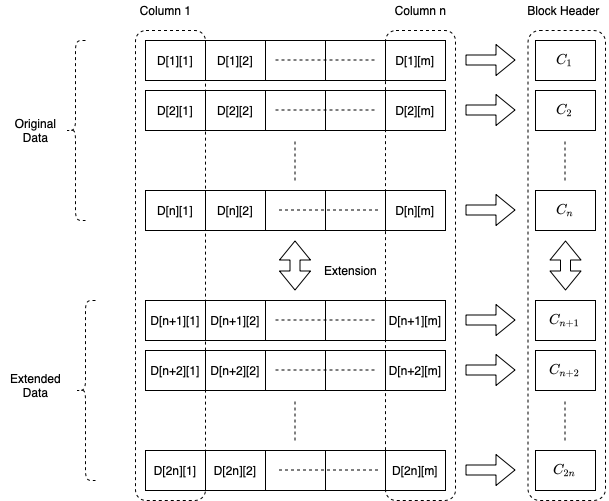
The draw.io diagram reference document/DA-KC-Data.png in availproject/data-availability, before a commit. Source tidied: cells renumbered, new cells last; positions are measured from the earlier drawing's top-left corner, leaving out a move shared by most shapes. Its diagram source:
```xml
<mxGraphModel math="1">
  <root>
    <mxCell id="0" />
    <mxCell id="1" parent="0" />
    <mxCell id="2" style="rounded=1;whiteSpace=wrap;html=1;fillColor=none;dashed=1;" parent="1" vertex="1">
      <mxGeometry x="385" y="30" width="70" height="470" as="geometry" />
    </mxCell>
    <mxCell id="3" style="shape=table;html=1;whiteSpace=wrap;startSize=0;" parent="1" vertex="1">
      <mxGeometry x="145" y="40" width="300" height="40" as="geometry" />
    </mxCell>
    <mxCell id="4" style="shape=partialRectangle;html=1;whiteSpace=wrap;fillColor=none;top=0;left=0;bottom=0;right=0;" parent="3" vertex="1">
      <mxGeometry width="300" height="40" as="geometry" />
    </mxCell>
    <mxCell id="5" value="D[1][1]" style="shape=partialRectangle;html=1;whiteSpace=wrap;overflow=hidden;fillColor=none;top=0;left=0;bottom=0;right=0;" parent="4" vertex="1">
      <mxGeometry width="60" height="40" as="geometry" />
    </mxCell>
    <mxCell id="6" value="D[1][2]" style="shape=partialRectangle;html=1;whiteSpace=wrap;overflow=hidden;fillColor=none;top=0;left=0;bottom=0;right=0;" parent="4" vertex="1">
      <mxGeometry x="60" width="60" height="40" as="geometry" />
    </mxCell>
    <mxCell id="7" style="shape=partialRectangle;html=1;whiteSpace=wrap;overflow=hidden;fillColor=none;top=0;left=0;bottom=0;right=0;" parent="4" vertex="1">
      <mxGeometry x="120" width="60" height="40" as="geometry" />
    </mxCell>
    <mxCell id="8" style="shape=partialRectangle;html=1;whiteSpace=wrap;overflow=hidden;fillColor=none;top=0;left=0;bottom=0;right=0;" parent="4" vertex="1">
      <mxGeometry x="180" width="60" height="40" as="geometry" />
    </mxCell>
    <mxCell id="9" value="D[1][m]" style="shape=partialRectangle;html=1;whiteSpace=wrap;overflow=hidden;fillColor=none;top=0;left=0;bottom=0;right=0;" parent="4" vertex="1">
      <mxGeometry x="240" width="60" height="40" as="geometry" />
    </mxCell>
    <mxCell id="10" style="shape=table;html=1;whiteSpace=wrap;startSize=0;" parent="1" vertex="1">
      <mxGeometry x="145" y="190" width="300" height="40" as="geometry" />
    </mxCell>
    <mxCell id="11" style="shape=partialRectangle;html=1;whiteSpace=wrap;fillColor=none;top=0;left=0;bottom=0;right=0;" parent="10" vertex="1">
      <mxGeometry width="300" height="40" as="geometry" />
    </mxCell>
    <mxCell id="12" value="D[n][1]" style="shape=partialRectangle;html=1;whiteSpace=wrap;overflow=hidden;fillColor=none;top=0;left=0;bottom=0;right=0;" parent="11" vertex="1">
      <mxGeometry width="60" height="40" as="geometry" />
    </mxCell>
    <mxCell id="13" value="D[n][2]" style="shape=partialRectangle;html=1;whiteSpace=wrap;overflow=hidden;fillColor=none;top=0;left=0;bottom=0;right=0;" parent="11" vertex="1">
      <mxGeometry x="60" width="60" height="40" as="geometry" />
    </mxCell>
    <mxCell id="14" style="shape=partialRectangle;html=1;whiteSpace=wrap;overflow=hidden;fillColor=none;top=0;left=0;bottom=0;right=0;" parent="11" vertex="1">
      <mxGeometry x="120" width="60" height="40" as="geometry" />
    </mxCell>
    <mxCell id="15" style="shape=partialRectangle;html=1;whiteSpace=wrap;overflow=hidden;fillColor=none;top=0;left=0;bottom=0;right=0;" parent="11" vertex="1">
      <mxGeometry x="180" width="60" height="40" as="geometry" />
    </mxCell>
    <mxCell id="16" value="D[n][m]" style="shape=partialRectangle;html=1;whiteSpace=wrap;overflow=hidden;fillColor=none;top=0;left=0;bottom=0;right=0;" parent="11" vertex="1">
      <mxGeometry x="240" width="60" height="40" as="geometry" />
    </mxCell>
    <mxCell id="17" style="shape=table;html=1;whiteSpace=wrap;startSize=0;" parent="1" vertex="1">
      <mxGeometry x="145" y="90" width="300" height="40" as="geometry" />
    </mxCell>
    <mxCell id="18" style="shape=partialRectangle;html=1;whiteSpace=wrap;fillColor=none;top=0;left=0;bottom=0;right=0;" parent="17" vertex="1">
      <mxGeometry width="300" height="40" as="geometry" />
    </mxCell>
    <mxCell id="19" value="D[2][1]" style="shape=partialRectangle;html=1;whiteSpace=wrap;overflow=hidden;fillColor=none;top=0;left=0;bottom=0;right=0;" parent="18" vertex="1">
      <mxGeometry width="60" height="40" as="geometry" />
    </mxCell>
    <mxCell id="20" value="D[2][2]" style="shape=partialRectangle;html=1;whiteSpace=wrap;overflow=hidden;fillColor=none;top=0;left=0;bottom=0;right=0;" parent="18" vertex="1">
      <mxGeometry x="60" width="60" height="40" as="geometry" />
    </mxCell>
    <mxCell id="21" style="shape=partialRectangle;html=1;whiteSpace=wrap;overflow=hidden;fillColor=none;top=0;left=0;bottom=0;right=0;" parent="18" vertex="1">
      <mxGeometry x="120" width="60" height="40" as="geometry" />
    </mxCell>
    <mxCell id="22" style="shape=partialRectangle;html=1;whiteSpace=wrap;overflow=hidden;fillColor=none;top=0;left=0;bottom=0;right=0;" parent="18" vertex="1">
      <mxGeometry x="180" width="60" height="40" as="geometry" />
    </mxCell>
    <mxCell id="23" value="D[2][m]" style="shape=partialRectangle;html=1;whiteSpace=wrap;overflow=hidden;fillColor=none;top=0;left=0;bottom=0;right=0;" parent="18" vertex="1">
      <mxGeometry x="240" width="60" height="40" as="geometry" />
    </mxCell>
    <mxCell id="24" style="endArrow=none;dashed=1;html=1;" parent="1" edge="1">
      <mxGeometry relative="1" as="geometry">
        <mxPoint x="275" y="59.5" as="sourcePoint" />
        <mxPoint x="375" y="59.5" as="targetPoint" />
      </mxGeometry>
    </mxCell>
    <mxCell id="25" style="endArrow=none;dashed=1;html=1;" parent="1" edge="1">
      <mxGeometry relative="1" as="geometry">
        <mxPoint x="275" y="109.5" as="sourcePoint" />
        <mxPoint x="375" y="109.5" as="targetPoint" />
      </mxGeometry>
    </mxCell>
    <mxCell id="26" style="endArrow=none;dashed=1;html=1;" parent="1" edge="1">
      <mxGeometry relative="1" as="geometry">
        <mxPoint x="278.5" y="209.5" as="sourcePoint" />
        <mxPoint x="378.5" y="209.5" as="targetPoint" />
      </mxGeometry>
    </mxCell>
    <mxCell id="27" style="endArrow=none;dashed=1;html=1;" parent="1" edge="1">
      <mxGeometry relative="1" as="geometry">
        <mxPoint x="294.5" y="180" as="sourcePoint" />
        <mxPoint x="294.5" y="140" as="targetPoint" />
        <Array as="points">
          <mxPoint x="294.5" y="160" />
        </Array>
      </mxGeometry>
    </mxCell>
    <mxCell id="28" style="shape=flexArrow;endArrow=classic;html=1;" parent="1" edge="1">
      <mxGeometry relative="1" as="geometry">
        <mxPoint x="465" y="59.5" as="sourcePoint" />
        <mxPoint x="515" y="59.5" as="targetPoint" />
      </mxGeometry>
    </mxCell>
    <mxCell id="29" style="shape=table;html=1;whiteSpace=wrap;startSize=0;" parent="1" vertex="1">
      <mxGeometry x="535" y="40" width="60" height="40" as="geometry" />
    </mxCell>
    <mxCell id="30" style="shape=partialRectangle;html=1;whiteSpace=wrap;fillColor=none;top=0;left=0;bottom=0;right=0;" parent="29" vertex="1">
      <mxGeometry width="60" height="40" as="geometry" />
    </mxCell>
    <mxCell id="31" value="`C_1`" style="shape=partialRectangle;html=1;whiteSpace=wrap;overflow=hidden;fillColor=none;top=0;left=0;bottom=0;right=0;" parent="30" vertex="1">
      <mxGeometry width="60" height="40" as="geometry" />
    </mxCell>
    <mxCell id="32" style="shape=table;html=1;whiteSpace=wrap;startSize=0;" parent="1" vertex="1">
      <mxGeometry x="535" y="90" width="60" height="40" as="geometry" />
    </mxCell>
    <mxCell id="33" style="shape=partialRectangle;html=1;whiteSpace=wrap;fillColor=none;top=0;left=0;bottom=0;right=0;" parent="32" vertex="1">
      <mxGeometry width="60" height="40" as="geometry" />
    </mxCell>
    <mxCell id="34" value="`C_2`" style="shape=partialRectangle;html=1;whiteSpace=wrap;overflow=hidden;fillColor=none;top=0;left=0;bottom=0;right=0;" parent="33" vertex="1">
      <mxGeometry width="60" height="40" as="geometry" />
    </mxCell>
    <mxCell id="35" style="shape=table;html=1;whiteSpace=wrap;startSize=0;" parent="1" vertex="1">
      <mxGeometry x="535" y="190" width="60" height="40" as="geometry" />
    </mxCell>
    <mxCell id="36" style="shape=partialRectangle;html=1;whiteSpace=wrap;fillColor=none;top=0;left=0;bottom=0;right=0;" parent="35" vertex="1">
      <mxGeometry width="60" height="40" as="geometry" />
    </mxCell>
    <mxCell id="37" value="`C_n`" style="shape=partialRectangle;html=1;whiteSpace=wrap;overflow=hidden;fillColor=none;top=0;left=0;bottom=0;right=0;" parent="36" vertex="1">
      <mxGeometry width="60" height="40" as="geometry" />
    </mxCell>
    <mxCell id="38" style="shape=flexArrow;endArrow=classic;html=1;" parent="1" edge="1">
      <mxGeometry relative="1" as="geometry">
        <mxPoint x="465" y="109.5" as="sourcePoint" />
        <mxPoint x="515" y="109.5" as="targetPoint" />
      </mxGeometry>
    </mxCell>
    <mxCell id="39" style="shape=flexArrow;endArrow=classic;html=1;" parent="1" edge="1">
      <mxGeometry relative="1" as="geometry">
        <mxPoint x="465" y="209.5" as="sourcePoint" />
        <mxPoint x="515" y="209.5" as="targetPoint" />
      </mxGeometry>
    </mxCell>
    <mxCell id="40" style="endArrow=none;dashed=1;html=1;" parent="1" edge="1">
      <mxGeometry relative="1" as="geometry">
        <mxPoint x="564.5" y="180" as="sourcePoint" />
        <mxPoint x="564.5" y="140" as="targetPoint" />
        <Array as="points">
          <mxPoint x="564.5" y="160" />
        </Array>
      </mxGeometry>
    </mxCell>
    <mxCell id="41" style="shape=table;html=1;whiteSpace=wrap;startSize=0;" parent="1" vertex="1">
      <mxGeometry x="145" y="300" width="300" height="40" as="geometry" />
    </mxCell>
    <mxCell id="42" style="shape=partialRectangle;html=1;whiteSpace=wrap;fillColor=none;top=0;left=0;bottom=0;right=0;" parent="41" vertex="1">
      <mxGeometry width="300" height="40" as="geometry" />
    </mxCell>
    <mxCell id="43" value="D[n+1][1]" style="shape=partialRectangle;html=1;whiteSpace=wrap;overflow=hidden;fillColor=none;top=0;left=0;bottom=0;right=0;" parent="42" vertex="1">
      <mxGeometry width="60" height="40" as="geometry" />
    </mxCell>
    <mxCell id="44" value="D[n+1][2]" style="shape=partialRectangle;html=1;whiteSpace=wrap;overflow=hidden;fillColor=none;top=0;left=0;bottom=0;right=0;" parent="42" vertex="1">
      <mxGeometry x="60" width="60" height="40" as="geometry" />
    </mxCell>
    <mxCell id="45" style="shape=partialRectangle;html=1;whiteSpace=wrap;overflow=hidden;fillColor=none;top=0;left=0;bottom=0;right=0;" parent="42" vertex="1">
      <mxGeometry x="120" width="60" height="40" as="geometry" />
    </mxCell>
    <mxCell id="46" style="shape=partialRectangle;html=1;whiteSpace=wrap;overflow=hidden;fillColor=none;top=0;left=0;bottom=0;right=0;" parent="42" vertex="1">
      <mxGeometry x="180" width="60" height="40" as="geometry" />
    </mxCell>
    <mxCell id="47" value="D[n+1][m]" style="shape=partialRectangle;html=1;whiteSpace=wrap;overflow=hidden;fillColor=none;top=0;left=0;bottom=0;right=0;" parent="42" vertex="1">
      <mxGeometry x="240" width="60" height="40" as="geometry" />
    </mxCell>
    <mxCell id="48" style="shape=table;html=1;whiteSpace=wrap;startSize=0;" parent="1" vertex="1">
      <mxGeometry x="145" y="450" width="300" height="40" as="geometry" />
    </mxCell>
    <mxCell id="49" style="shape=partialRectangle;html=1;whiteSpace=wrap;fillColor=none;top=0;left=0;bottom=0;right=0;" parent="48" vertex="1">
      <mxGeometry width="300" height="40" as="geometry" />
    </mxCell>
    <mxCell id="50" value="D[2n][1]" style="shape=partialRectangle;html=1;whiteSpace=wrap;overflow=hidden;fillColor=none;top=0;left=0;bottom=0;right=0;" parent="49" vertex="1">
      <mxGeometry width="60" height="40" as="geometry" />
    </mxCell>
    <mxCell id="51" value="D[2n][2]" style="shape=partialRectangle;html=1;whiteSpace=wrap;overflow=hidden;fillColor=none;top=0;left=0;bottom=0;right=0;" parent="49" vertex="1">
      <mxGeometry x="60" width="60" height="40" as="geometry" />
    </mxCell>
    <mxCell id="52" style="shape=partialRectangle;html=1;whiteSpace=wrap;overflow=hidden;fillColor=none;top=0;left=0;bottom=0;right=0;" parent="49" vertex="1">
      <mxGeometry x="120" width="60" height="40" as="geometry" />
    </mxCell>
    <mxCell id="53" style="shape=partialRectangle;html=1;whiteSpace=wrap;overflow=hidden;fillColor=none;top=0;left=0;bottom=0;right=0;" parent="49" vertex="1">
      <mxGeometry x="180" width="60" height="40" as="geometry" />
    </mxCell>
    <mxCell id="54" value="D[2n][m]" style="shape=partialRectangle;html=1;whiteSpace=wrap;overflow=hidden;fillColor=none;top=0;left=0;bottom=0;right=0;" parent="49" vertex="1">
      <mxGeometry x="240" width="60" height="40" as="geometry" />
    </mxCell>
    <mxCell id="55" style="shape=table;html=1;whiteSpace=wrap;startSize=0;" parent="1" vertex="1">
      <mxGeometry x="145" y="350" width="300" height="40" as="geometry" />
    </mxCell>
    <mxCell id="56" style="shape=partialRectangle;html=1;whiteSpace=wrap;fillColor=none;top=0;left=0;bottom=0;right=0;" parent="55" vertex="1">
      <mxGeometry width="300" height="40" as="geometry" />
    </mxCell>
    <mxCell id="57" value="D[n+2][1]" style="shape=partialRectangle;html=1;whiteSpace=wrap;overflow=hidden;fillColor=none;top=0;left=0;bottom=0;right=0;" parent="56" vertex="1">
      <mxGeometry width="60" height="40" as="geometry" />
    </mxCell>
    <mxCell id="58" value="D[n+2][2]" style="shape=partialRectangle;html=1;whiteSpace=wrap;overflow=hidden;fillColor=none;top=0;left=0;bottom=0;right=0;" parent="56" vertex="1">
      <mxGeometry x="60" width="60" height="40" as="geometry" />
    </mxCell>
    <mxCell id="59" style="shape=partialRectangle;html=1;whiteSpace=wrap;overflow=hidden;fillColor=none;top=0;left=0;bottom=0;right=0;" parent="56" vertex="1">
      <mxGeometry x="120" width="60" height="40" as="geometry" />
    </mxCell>
    <mxCell id="60" style="shape=partialRectangle;html=1;whiteSpace=wrap;overflow=hidden;fillColor=none;top=0;left=0;bottom=0;right=0;" parent="56" vertex="1">
      <mxGeometry x="180" width="60" height="40" as="geometry" />
    </mxCell>
    <mxCell id="61" value="D[n+2][m]" style="shape=partialRectangle;html=1;whiteSpace=wrap;overflow=hidden;fillColor=none;top=0;left=0;bottom=0;right=0;" parent="56" vertex="1">
      <mxGeometry x="240" width="60" height="40" as="geometry" />
    </mxCell>
    <mxCell id="62" style="endArrow=none;dashed=1;html=1;" parent="1" edge="1">
      <mxGeometry relative="1" as="geometry">
        <mxPoint x="275" y="319.5" as="sourcePoint" />
        <mxPoint x="375" y="319.5" as="targetPoint" />
      </mxGeometry>
    </mxCell>
    <mxCell id="63" style="endArrow=none;dashed=1;html=1;" parent="1" edge="1">
      <mxGeometry relative="1" as="geometry">
        <mxPoint x="275" y="369.5" as="sourcePoint" />
        <mxPoint x="375" y="369.5" as="targetPoint" />
      </mxGeometry>
    </mxCell>
    <mxCell id="64" style="endArrow=none;dashed=1;html=1;" parent="1" edge="1">
      <mxGeometry relative="1" as="geometry">
        <mxPoint x="278.5" y="469.5" as="sourcePoint" />
        <mxPoint x="378.5" y="469.5" as="targetPoint" />
      </mxGeometry>
    </mxCell>
    <mxCell id="65" style="endArrow=none;dashed=1;html=1;" parent="1" edge="1">
      <mxGeometry relative="1" as="geometry">
        <mxPoint x="294.5" y="440" as="sourcePoint" />
        <mxPoint x="294.5" y="400" as="targetPoint" />
        <Array as="points">
          <mxPoint x="294.5" y="420" />
        </Array>
      </mxGeometry>
    </mxCell>
    <mxCell id="66" style="shape=flexArrow;endArrow=classic;html=1;" parent="1" edge="1">
      <mxGeometry relative="1" as="geometry">
        <mxPoint x="465" y="319.5" as="sourcePoint" />
        <mxPoint x="515" y="319.5" as="targetPoint" />
      </mxGeometry>
    </mxCell>
    <mxCell id="67" style="shape=table;html=1;whiteSpace=wrap;startSize=0;" parent="1" vertex="1">
      <mxGeometry x="535" y="300" width="60" height="40" as="geometry" />
    </mxCell>
    <mxCell id="68" style="shape=partialRectangle;html=1;whiteSpace=wrap;fillColor=none;top=0;left=0;bottom=0;right=0;" parent="67" vertex="1">
      <mxGeometry width="60" height="40" as="geometry" />
    </mxCell>
    <mxCell id="69" value="`C_{n+1}`" style="shape=partialRectangle;html=1;whiteSpace=wrap;overflow=hidden;fillColor=none;top=0;left=0;bottom=0;right=0;" parent="68" vertex="1">
      <mxGeometry width="60" height="40" as="geometry" />
    </mxCell>
    <mxCell id="70" style="shape=table;html=1;whiteSpace=wrap;startSize=0;" parent="1" vertex="1">
      <mxGeometry x="535" y="350" width="60" height="40" as="geometry" />
    </mxCell>
    <mxCell id="71" style="shape=partialRectangle;html=1;whiteSpace=wrap;fillColor=none;top=0;left=0;bottom=0;right=0;" parent="70" vertex="1">
      <mxGeometry width="60" height="40" as="geometry" />
    </mxCell>
    <mxCell id="72" value="`C_{n+2}`" style="shape=partialRectangle;html=1;whiteSpace=wrap;overflow=hidden;fillColor=none;top=0;left=0;bottom=0;right=0;" parent="71" vertex="1">
      <mxGeometry width="60" height="40" as="geometry" />
    </mxCell>
    <mxCell id="73" style="shape=table;html=1;whiteSpace=wrap;startSize=0;" parent="1" vertex="1">
      <mxGeometry x="535" y="450" width="60" height="40" as="geometry" />
    </mxCell>
    <mxCell id="74" style="shape=partialRectangle;html=1;whiteSpace=wrap;fillColor=none;top=0;left=0;bottom=0;right=0;" parent="73" vertex="1">
      <mxGeometry width="60" height="40" as="geometry" />
    </mxCell>
    <mxCell id="75" value="`C_{2n}`" style="shape=partialRectangle;html=1;whiteSpace=wrap;overflow=hidden;fillColor=none;top=0;left=0;bottom=0;right=0;" parent="74" vertex="1">
      <mxGeometry width="60" height="40" as="geometry" />
    </mxCell>
    <mxCell id="76" style="shape=flexArrow;endArrow=classic;html=1;" parent="1" edge="1">
      <mxGeometry relative="1" as="geometry">
        <mxPoint x="465" y="369.5" as="sourcePoint" />
        <mxPoint x="515" y="369.5" as="targetPoint" />
      </mxGeometry>
    </mxCell>
    <mxCell id="77" style="shape=flexArrow;endArrow=classic;html=1;" parent="1" edge="1">
      <mxGeometry relative="1" as="geometry">
        <mxPoint x="465" y="469.5" as="sourcePoint" />
        <mxPoint x="515" y="469.5" as="targetPoint" />
      </mxGeometry>
    </mxCell>
    <mxCell id="78" style="endArrow=none;dashed=1;html=1;" parent="1" edge="1">
      <mxGeometry relative="1" as="geometry">
        <mxPoint x="564.5" y="440" as="sourcePoint" />
        <mxPoint x="564.5" y="400" as="targetPoint" />
        <Array as="points">
          <mxPoint x="564.5" y="420" />
        </Array>
      </mxGeometry>
    </mxCell>
    <mxCell id="79" style="shape=flexArrow;endArrow=classic;startArrow=classic;html=1;" parent="1" edge="1">
      <mxGeometry relative="1" as="geometry">
        <mxPoint x="294.5" y="290" as="sourcePoint" />
        <mxPoint x="294.5" y="240" as="targetPoint" />
      </mxGeometry>
    </mxCell>
    <mxCell id="80" value="Extension" style="text;html=1;align=center;verticalAlign=middle;" parent="1" vertex="1">
      <mxGeometry x="315" y="260" width="70" height="20" as="geometry" />
    </mxCell>
    <mxCell id="81" style="shape=flexArrow;endArrow=classic;startArrow=classic;html=1;" parent="1" edge="1">
      <mxGeometry relative="1" as="geometry">
        <mxPoint x="565" y="290" as="sourcePoint" />
        <mxPoint x="565" y="240" as="targetPoint" />
      </mxGeometry>
    </mxCell>
    <mxCell id="82" style="rounded=1;whiteSpace=wrap;html=1;fillColor=none;dashed=1;" parent="1" vertex="1">
      <mxGeometry x="135" y="30" width="70" height="470" as="geometry" />
    </mxCell>
    <mxCell id="83" value="Column 1" style="text;html=1;align=center;verticalAlign=middle;" parent="1" vertex="1">
      <mxGeometry x="130" width="70" height="20" as="geometry" />
    </mxCell>
    <mxCell id="84" value="Column n" style="text;html=1;align=center;verticalAlign=middle;" parent="1" vertex="1">
      <mxGeometry x="385" width="70" height="20" as="geometry" />
    </mxCell>
    <mxCell id="85" style="rounded=1;whiteSpace=wrap;html=1;fillColor=none;dashed=1;" parent="1" vertex="1">
      <mxGeometry x="527.5" y="30" width="77.5" height="470" as="geometry" />
    </mxCell>
    <mxCell id="86" value="Block Header" style="text;html=1;align=center;verticalAlign=middle;" parent="1" vertex="1">
      <mxGeometry x="517.5" width="90" height="20" as="geometry" />
    </mxCell>
    <mxCell id="87" style="shape=curlyBracket;whiteSpace=wrap;html=1;rounded=1;dashed=1;fillColor=none;" parent="1" vertex="1">
      <mxGeometry x="65" y="40" width="20" height="180" as="geometry" />
    </mxCell>
    <mxCell id="88" value="Original&lt;br&gt;Data" style="text;html=1;align=center;verticalAlign=middle;" parent="1" vertex="1">
      <mxGeometry x="5" y="115" width="60" height="30" as="geometry" />
    </mxCell>
    <mxCell id="89" style="shape=curlyBracket;whiteSpace=wrap;html=1;rounded=1;dashed=1;fillColor=none;" parent="1" vertex="1">
      <mxGeometry x="75" y="300" width="20" height="180" as="geometry" />
    </mxCell>
    <mxCell id="90" value="Extended&lt;br&gt;Data" style="text;html=1;align=center;verticalAlign=middle;" parent="1" vertex="1">
      <mxGeometry y="370" width="70" height="30" as="geometry" />
    </mxCell>
  </root>
</mxGraphModel>
```
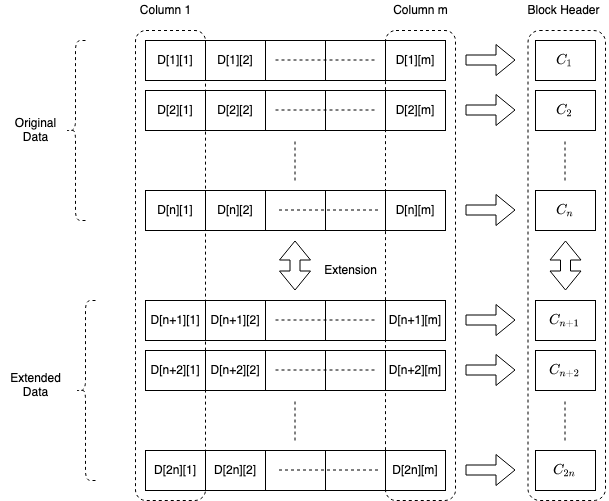
Above is the later version.

Change to the diagram source:
```diff
@@ -314,7 +314,7 @@
     <mxCell id="83" value="Column 1" style="text;html=1;align=center;verticalAlign=middle;" parent="1" vertex="1">
       <mxGeometry x="130" width="70" height="20" as="geometry" />
     </mxCell>
-    <mxCell id="84" value="Column n" style="text;html=1;align=center;verticalAlign=middle;" parent="1" vertex="1">
+    <mxCell id="84" value="Column m" style="text;html=1;align=center;verticalAlign=middle;" parent="1" vertex="1">
       <mxGeometry x="385" width="70" height="20" as="geometry" />
     </mxCell>
     <mxCell id="85" style="rounded=1;whiteSpace=wrap;html=1;fillColor=none;dashed=1;" parent="1" vertex="1">
```
